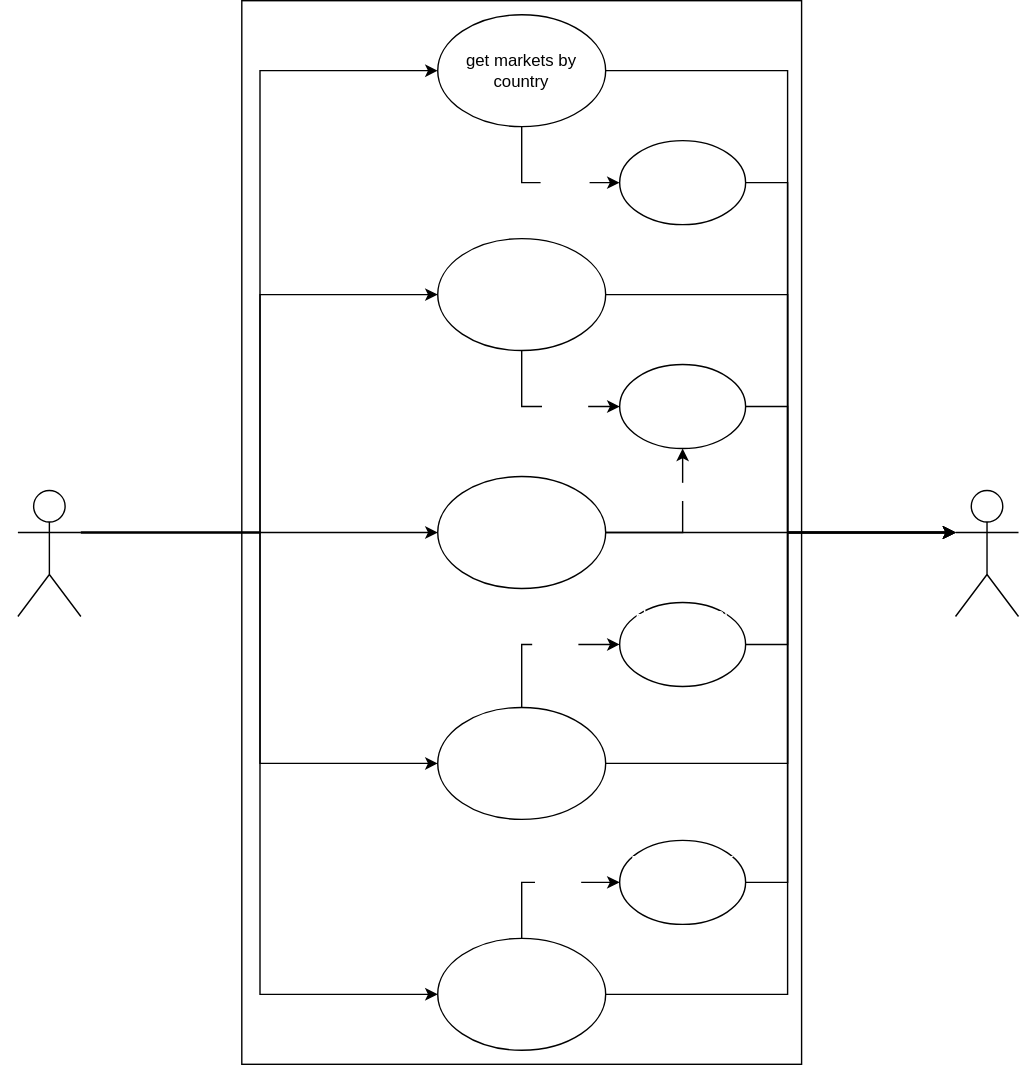
The draw.io diagram use-cases/Data Analyst System.svg in Albertoperezortega/sem, before a commit. Source tidied: cells renumbered, new cells last; positions are measured from the earlier drawing's top-left corner, leaving out a move shared by most shapes.
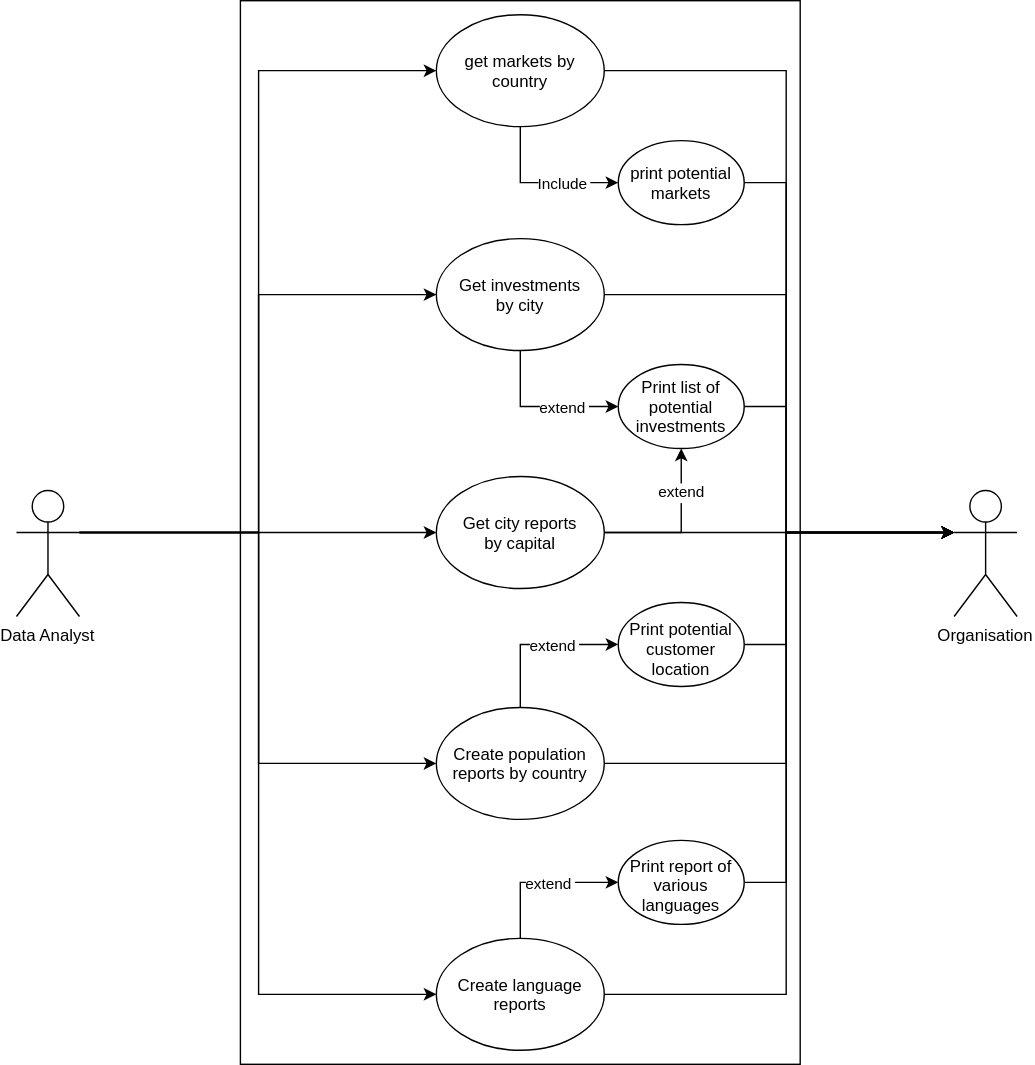
The same diagram one commit later.

Commit message:
fixed use case diagram colours

The edit, as a diff of the source:
```diff
@@ -45,7 +45,7 @@
         </Array>
       </mxGeometry>
     </mxCell>
-    <mxCell id="8" value="Data Analyst" style="shape=umlActor;verticalLabelPosition=bottom;verticalAlign=top;html=1;labelBackgroundColor=none;fontColor=default;" parent="1" vertex="1">
+    <mxCell id="8" value="Data Analyst" style="shape=umlActor;verticalLabelPosition=bottom;verticalAlign=top;labelBackgroundColor=none;fontColor=#000000;" parent="1" vertex="1">
       <mxGeometry y="350" width="45" height="90" as="geometry" />
     </mxCell>
     <mxCell id="9" style="edgeStyle=orthogonalEdgeStyle;rounded=0;jettySize=auto;html=1;fontColor=default;" parent="1" edge="1" source="12">
@@ -64,15 +64,12 @@
         </Array>
       </mxGeometry>
     </mxCell>
-    <mxCell id="11" value="Include" style="edgeLabel;html=1;align=center;verticalAlign=middle;fontColor=default;" parent="10" vertex="1">
+    <mxCell id="11" value="Include" style="edgeLabel;align=center;verticalAlign=middle;fontColor=#000000;" parent="10" vertex="1">
       <mxGeometry x="-0.09" relative="1" as="geometry">
         <mxPoint x="20" as="offset" />
       </mxGeometry>
     </mxCell>
-    <mxCell id="12" value="get markets by country" style="ellipse;whiteSpace=wrap;html=1;" parent="1" vertex="1">
-      <mxGeometry x="300" y="10" width="120" height="80" as="geometry" />
-    </mxCell>
-    <mxCell id="13" value="Organisation" style="shape=umlActor;verticalLabelPosition=bottom;verticalAlign=top;html=1;labelBackgroundColor=none;fontColor=default;" parent="1" vertex="1">
+    <mxCell id="13" value="Organisation" style="shape=umlActor;verticalLabelPosition=bottom;verticalAlign=top;labelBackgroundColor=none;fontColor=#000000;" parent="1" vertex="1">
       <mxGeometry x="670" y="350" width="45" height="90" as="geometry" />
     </mxCell>
     <mxCell id="14" style="edgeStyle=orthogonalEdgeStyle;rounded=0;jettySize=auto;html=1;entryX=0;entryY=0.3333333333333333;entryDx=0;entryDy=0;entryPerimeter=0;fontColor=default;" parent="1" edge="1" source="17" target="13">
@@ -90,12 +87,12 @@
         </Array>
       </mxGeometry>
     </mxCell>
-    <mxCell id="16" value="extend" style="edgeLabel;html=1;align=center;verticalAlign=middle;fontColor=default;" parent="15" vertex="1">
+    <mxCell id="16" value="extend" style="edgeLabel;align=center;verticalAlign=middle;fontColor=#000000;" parent="15" vertex="1">
       <mxGeometry x="0.12" y="2" relative="1" as="geometry">
         <mxPoint x="8" y="2" as="offset" />
       </mxGeometry>
     </mxCell>
-    <mxCell id="17" value="Get investments by city" style="ellipse;whiteSpace=wrap;html=1;labelBackgroundColor=none;fontColor=default;" parent="1" vertex="1">
+    <mxCell id="17" value="Get investments&#10;by city" style="ellipse;labelBackgroundColor=none;fontColor=#000000;" parent="1" vertex="1">
       <mxGeometry x="300" y="170" width="120" height="80" as="geometry" />
     </mxCell>
     <mxCell id="18" style="edgeStyle=orthogonalEdgeStyle;rounded=0;jettySize=auto;html=1;exitX=1;exitY=0.5;exitDx=0;exitDy=0;fontColor=default;" parent="1" edge="1" source="21">
@@ -106,12 +103,12 @@
     <mxCell id="19" style="edgeStyle=orthogonalEdgeStyle;rounded=0;jettySize=auto;html=1;entryX=0.5;entryY=1;entryDx=0;entryDy=0;fontColor=default;" parent="1" edge="1" source="21" target="33">
       <mxGeometry relative="1" as="geometry" />
     </mxCell>
-    <mxCell id="20" value="extend" style="edgeLabel;html=1;align=center;verticalAlign=middle;fontColor=default;" parent="19" vertex="1">
+    <mxCell id="20" value="extend" style="edgeLabel;align=center;verticalAlign=middle;fontColor=#000000;" parent="19" vertex="1">
       <mxGeometry x="0.27" y="3" relative="1" as="geometry">
         <mxPoint x="3" y="-12" as="offset" />
       </mxGeometry>
     </mxCell>
-    <mxCell id="21" value="Get city reports by capital" style="ellipse;whiteSpace=wrap;html=1;labelBackgroundColor=none;fontColor=default;" parent="1" vertex="1">
+    <mxCell id="21" value="Get city reports&#10;by capital" style="ellipse;labelBackgroundColor=none;fontColor=#000000;" parent="1" vertex="1">
       <mxGeometry x="300" y="340" width="120" height="80" as="geometry" />
     </mxCell>
     <mxCell id="22" style="edgeStyle=orthogonalEdgeStyle;rounded=0;jettySize=auto;html=1;fontColor=default;" parent="1" edge="1" source="25">
@@ -130,10 +127,12 @@
         </Array>
       </mxGeometry>
     </mxCell>
-    <mxCell id="24" value="extend" style="edgeLabel;html=1;align=center;verticalAlign=middle;fontColor=default;" parent="23" vertex="1">
-      <mxGeometry x="0.18" y="1" relative="1" as="geometry" />
+    <mxCell id="24" value="extend" style="edgeLabel;align=center;verticalAlign=middle;fontColor=#000000;" parent="23" vertex="1">
+      <mxGeometry x="0.18" y="1" relative="1" as="geometry">
+        <mxPoint y="1" as="offset" />
+      </mxGeometry>
     </mxCell>
-    <mxCell id="25" value="Create population reports by country" style="ellipse;whiteSpace=wrap;html=1;labelBackgroundColor=none;fontColor=default;" parent="1" vertex="1">
+    <mxCell id="25" value="Create population&#10;reports by country" style="ellipse;labelBackgroundColor=none;fontColor=#000000;" parent="1" vertex="1">
       <mxGeometry x="300" y="505" width="120" height="80" as="geometry" />
     </mxCell>
     <mxCell id="26" style="edgeStyle=orthogonalEdgeStyle;rounded=0;jettySize=auto;html=1;fontColor=default;" parent="1" edge="1" source="29">
@@ -152,10 +151,12 @@
         </Array>
       </mxGeometry>
     </mxCell>
-    <mxCell id="28" value="extend" style="edgeLabel;html=1;align=center;verticalAlign=middle;fontColor=default;" parent="27" vertex="1">
-      <mxGeometry x="0.18" y="-1" relative="1" as="geometry" />
+    <mxCell id="28" value="extend" style="edgeLabel;align=center;verticalAlign=middle;fontColor=#000000;" parent="27" vertex="1">
+      <mxGeometry x="0.18" y="-1" relative="1" as="geometry">
+        <mxPoint x="-5" y="-1" as="offset" />
+      </mxGeometry>
     </mxCell>
-    <mxCell id="29" value="Create language reports" style="ellipse;whiteSpace=wrap;html=1;labelBackgroundColor=none;fontColor=default;" parent="1" vertex="1">
+    <mxCell id="29" value="Create language&#10;reports" style="ellipse;labelBackgroundColor=none;fontColor=#000000;" parent="1" vertex="1">
       <mxGeometry x="300" y="670" width="120" height="80" as="geometry" />
     </mxCell>
     <mxCell id="30" style="edgeStyle=orthogonalEdgeStyle;rounded=0;jettySize=auto;html=1;fontColor=default;" parent="1" edge="1" source="31">
@@ -167,7 +168,7 @@
         </Array>
       </mxGeometry>
     </mxCell>
-    <mxCell id="31" value="print potential markets" style="ellipse;whiteSpace=wrap;html=1;labelBackgroundColor=none;fontColor=default;" parent="1" vertex="1">
+    <mxCell id="31" value="print potential&#10;markets" style="ellipse;labelBackgroundColor=none;fontColor=#000000;" parent="1" vertex="1">
       <mxGeometry x="430" y="100" width="90" height="60" as="geometry" />
     </mxCell>
     <mxCell id="32" style="edgeStyle=orthogonalEdgeStyle;rounded=0;jettySize=auto;html=1;fontColor=default;" parent="1" edge="1" source="33">
@@ -179,7 +180,7 @@
         </Array>
       </mxGeometry>
     </mxCell>
-    <mxCell id="33" value="Print list of potential investments" style="ellipse;whiteSpace=wrap;html=1;labelBackgroundColor=none;fontColor=default;" parent="1" vertex="1">
+    <mxCell id="33" value="Print list of&#10;potential&#10;investments" style="ellipse;labelBackgroundColor=none;fontColor=#000000;" parent="1" vertex="1">
       <mxGeometry x="430" y="260" width="90" height="60" as="geometry" />
     </mxCell>
     <mxCell id="34" style="edgeStyle=orthogonalEdgeStyle;rounded=0;jettySize=auto;html=1;fontColor=default;" parent="1" edge="1" source="35">
@@ -191,7 +192,7 @@
         </Array>
       </mxGeometry>
     </mxCell>
-    <mxCell id="35" value="Print biggest potential customer location" style="ellipse;whiteSpace=wrap;html=1;labelBackgroundColor=none;fontColor=default;" parent="1" vertex="1">
+    <mxCell id="35" value="Print potential&#10;customer&#10;location" style="ellipse;labelBackgroundColor=none;fontColor=#000000;spacing=2;spacingBottom=-6;" parent="1" vertex="1">
       <mxGeometry x="430" y="430" width="90" height="60" as="geometry" />
     </mxCell>
     <mxCell id="36" style="edgeStyle=orthogonalEdgeStyle;rounded=0;jettySize=auto;html=1;fontColor=default;" parent="1" edge="1" source="37">
@@ -203,8 +204,11 @@
         </Array>
       </mxGeometry>
     </mxCell>
-    <mxCell id="37" value="Print report of various languages" style="ellipse;whiteSpace=wrap;html=1;labelBackgroundColor=none;fontColor=default;" parent="1" vertex="1">
+    <mxCell id="37" value="Print report of&#10;various &#10;languages" style="ellipse;labelBackgroundColor=none;fontColor=#000000;spacingBottom=-1;spacingTop=3;" parent="1" vertex="1">
       <mxGeometry x="430" y="600" width="90" height="60" as="geometry" />
     </mxCell>
+    <mxCell id="12" value="get markets by&#10;country" style="ellipse;labelBackgroundColor=none;labelBorderColor=none;fontColor=#000000;" parent="1" vertex="1">
+      <mxGeometry x="300" y="10" width="120" height="80" as="geometry" />
+    </mxCell>
   </root>
 </mxGraphModel>
```
